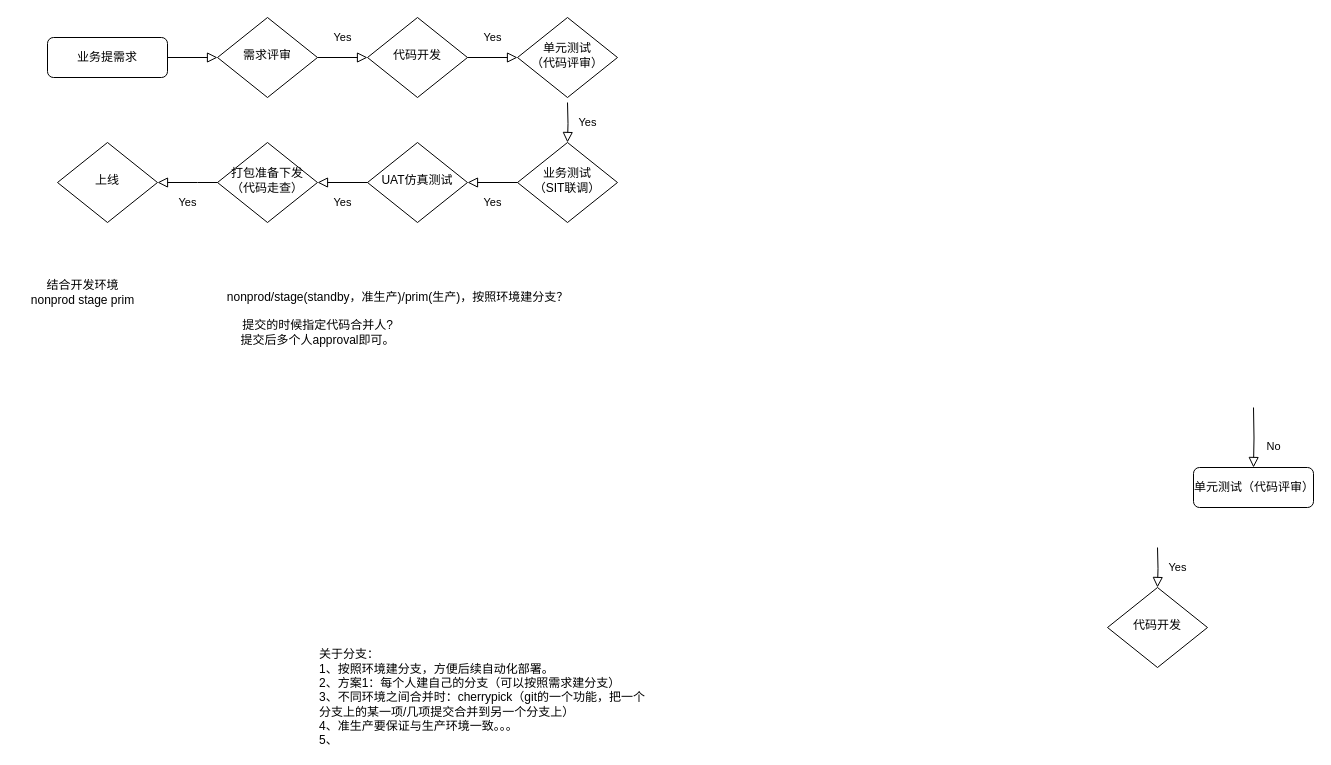
This is 代码上线流程/EMR实时代码上线流程.drawio from JonStarkdu/drawio, a draw.io file, before an edit. Source tidied: cells renumbered, new cells numbered last; positions are measured from the earlier drawing's top-left corner, leaving out a move shared by most shapes. Both pictures are drawn from the tidied source at 100%, with x=0, y=0 at pixel (17, 17).
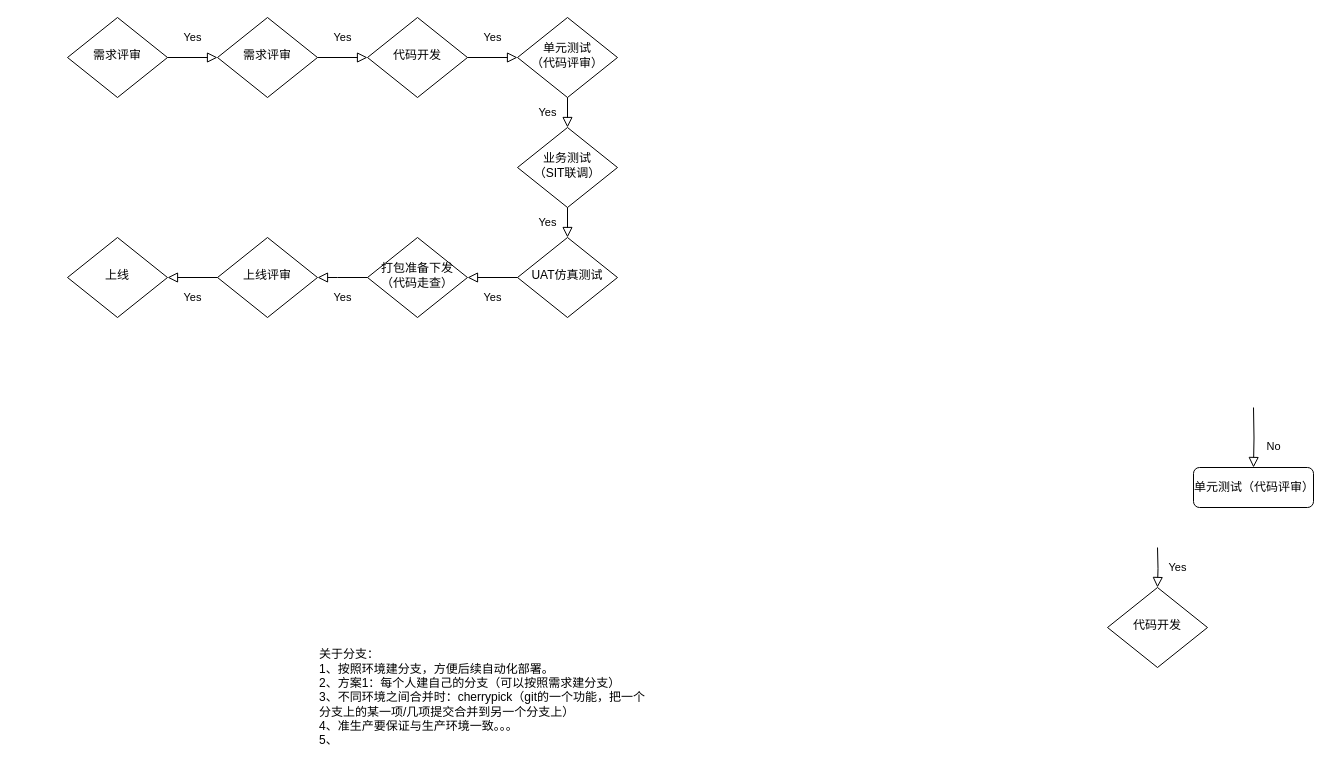
Above is the later version.

Commit message:
add flow 上线评审

Unchanged cells that the change refers to:
```xml
<mxCell id="5" value="需求评审" style="rhombus;whiteSpace=wrap;html=1;shadow=0;fontFamily=Helvetica;fontSize=12;align=center;strokeWidth=1;spacing=6;spacingTop=-4;" parent="1" vertex="1">
  <mxGeometry x="200" width="100" height="80" as="geometry" />
</mxCell>
<mxCell id="10" value="&amp;nbsp; &amp;nbsp; &amp;nbsp;单元测试&amp;nbsp; &amp;nbsp; &amp;nbsp; （代码评审）" style="rhombus;whiteSpace=wrap;html=1;shadow=0;fontFamily=Helvetica;fontSize=12;align=center;strokeWidth=1;spacing=6;spacingTop=-4;" parent="1" vertex="1">
  <mxGeometry x="500" width="100" height="80" as="geometry" />
</mxCell>
```

What changed in the source:
```diff
@@
-    <mxCell id="2" style="rounded=0;html=1;jettySize=auto;fontSize=11;endArrow=block;endFill=0;endSize=8;strokeWidth=1;shadow=0;labelBackgroundColor=none;edgeStyle=orthogonalEdgeStyle;" parent="1" edge="1" source="3" target="5">
-      <mxGeometry relative="1" as="geometry" />
-    </mxCell>
-    <mxCell id="3" value="业务提需求" style="rounded=1;whiteSpace=wrap;html=1;fontSize=12;glass=0;strokeWidth=1;shadow=0;" parent="1" vertex="1">
-      <mxGeometry x="30" y="20" width="120" height="40" as="geometry" />
-    </mxCell>
@@
-    <mxCell id="11" value="Yes" style="rounded=0;html=1;jettySize=auto;fontSize=11;endArrow=block;endFill=0;endSize=8;strokeWidth=1;shadow=0;labelBackgroundColor=none;edgeStyle=orthogonalEdgeStyle;" parent="1" edge="1" target="12">
-      <mxGeometry y="20" relative="1" as="geometry">
-        <mxPoint x="550" y="85" as="sourcePoint" />
-      </mxGeometry>
+    <mxCell id="11" value="Yes" style="rounded=0;html=1;jettySize=auto;fontSize=11;endArrow=block;endFill=0;endSize=8;strokeWidth=1;shadow=0;labelBackgroundColor=none;edgeStyle=orthogonalEdgeStyle;exitX=0.5;exitY=1;exitDx=0;exitDy=0;" parent="1" edge="1" source="10" target="12">
+      <mxGeometry y="20" relative="1" as="geometry" />
     </mxCell>
     <mxCell id="12" value="&amp;nbsp; &amp;nbsp;业务测试&amp;nbsp; &amp;nbsp; （SIT联调）" style="rhombus;whiteSpace=wrap;html=1;shadow=0;fontFamily=Helvetica;fontSize=12;align=center;strokeWidth=1;spacing=6;spacingTop=-4;" parent="1" vertex="1">
-      <mxGeometry x="500" y="125" width="100" height="80" as="geometry" />
+      <mxGeometry x="500" y="110" width="100" height="80" as="geometry" />
     </mxCell>
@@
-    <mxCell id="15" value="Yes" style="rounded=0;html=1;jettySize=auto;fontSize=11;endArrow=block;endFill=0;endSize=8;strokeWidth=1;shadow=0;labelBackgroundColor=none;edgeStyle=orthogonalEdgeStyle;exitX=0;exitY=0.5;exitDx=0;exitDy=0;" parent="1" edge="1" source="12" target="16">
+    <mxCell id="15" value="Yes" style="rounded=0;html=1;jettySize=auto;fontSize=11;endArrow=block;endFill=0;endSize=8;strokeWidth=1;shadow=0;labelBackgroundColor=none;edgeStyle=orthogonalEdgeStyle;exitX=0.5;exitY=1;exitDx=0;exitDy=0;" parent="1" edge="1" source="12" target="16">
       <mxGeometry y="20" relative="1" as="geometry" />
     </mxCell>
     <mxCell id="16" value="UAT仿真测试" style="rhombus;whiteSpace=wrap;html=1;shadow=0;fontFamily=Helvetica;fontSize=12;align=center;strokeWidth=1;spacing=6;spacingTop=-4;" parent="1" vertex="1">
-      <mxGeometry x="350" y="125" width="100" height="80" as="geometry" />
+      <mxGeometry x="500" y="220" width="100" height="80" as="geometry" />
     </mxCell>
@@
     <mxCell id="18" value="打包准备下发（代码走查）" style="rhombus;whiteSpace=wrap;html=1;shadow=0;fontFamily=Helvetica;fontSize=12;align=center;strokeWidth=1;spacing=6;spacingTop=-4;" parent="1" vertex="1">
-      <mxGeometry x="200" y="125" width="100" height="80" as="geometry" />
+      <mxGeometry x="350" y="220" width="100" height="80" as="geometry" />
     </mxCell>
-    <mxCell id="19" value="结合开发环境&lt;br&gt;nonprod stage prim" style="text;html=1;align=center;verticalAlign=middle;strokeColor=none;fillColor=none;" parent="1" vertex="1">
-      <mxGeometry y="255" width="130" height="40" as="geometry" />
-    </mxCell>
     <mxCell id="20" value="&lt;font color=&quot;#ff3333&quot;&gt;&lt;br&gt;&lt;/font&gt;" style="text;html=1;align=left;verticalAlign=middle;strokeColor=none;fillColor=none;" parent="1" vertex="1">
-      <mxGeometry x="110" y="313" width="20" height="30" as="geometry" />
+      <mxGeometry x="120" y="408" width="20" height="30" as="geometry" />
     </mxCell>
-    <mxCell id="21" value="nonprod/stage(standby，准生产)/prim(生产)，按照环境建分支？" style="text;html=1;align=center;verticalAlign=middle;strokeColor=none;fillColor=none;" parent="1" vertex="1">
-      <mxGeometry x="200" y="265" width="360" height="30" as="geometry" />
-    </mxCell>
@@
-    <mxCell id="23" value="提交的时候指定代码合并人?&lt;br&gt;提交后多个人approval即可。" style="text;html=1;align=center;verticalAlign=middle;strokeColor=none;fillColor=none;" parent="1" vertex="1">
-      <mxGeometry x="210" y="295" width="180" height="40" as="geometry" />
-    </mxCell>
-    <mxCell id="24" value="上线" style="rhombus;whiteSpace=wrap;html=1;shadow=0;fontFamily=Helvetica;fontSize=12;align=center;strokeWidth=1;spacing=6;spacingTop=-4;" parent="1" vertex="1">
-      <mxGeometry x="40" y="125" width="100" height="80" as="geometry" />
+    <mxCell id="24" value="上线评审" style="rhombus;whiteSpace=wrap;html=1;shadow=0;fontFamily=Helvetica;fontSize=12;align=center;strokeWidth=1;spacing=6;spacingTop=-4;" parent="1" vertex="1">
+      <mxGeometry x="200" y="220" width="100" height="80" as="geometry" />
     </mxCell>
     <mxCell id="25" value="Yes" style="rounded=0;html=1;jettySize=auto;fontSize=11;endArrow=block;endFill=0;endSize=8;strokeWidth=1;shadow=0;labelBackgroundColor=none;edgeStyle=orthogonalEdgeStyle;exitX=0;exitY=0.5;exitDx=0;exitDy=0;entryX=1;entryY=0.5;entryDx=0;entryDy=0;" parent="1" edge="1" source="18" target="24">
       <mxGeometry y="20" relative="1" as="geometry">
         <Array as="points">
-          <mxPoint x="180" y="165" />
-          <mxPoint x="180" y="165" />
+          <mxPoint x="320" y="260" />
+          <mxPoint x="320" y="260" />
         </Array>
       </mxGeometry>
     </mxCell>
+    <mxCell id="26" value="上线" style="rhombus;whiteSpace=wrap;html=1;shadow=0;fontFamily=Helvetica;fontSize=12;align=center;strokeWidth=1;spacing=6;spacingTop=-4;" parent="1" vertex="1">
+      <mxGeometry x="50" y="220" width="100" height="80" as="geometry" />
+    </mxCell>
+    <mxCell id="27" value="需求评审" style="rhombus;whiteSpace=wrap;html=1;shadow=0;fontFamily=Helvetica;fontSize=12;align=center;strokeWidth=1;spacing=6;spacingTop=-4;" parent="1" vertex="1">
+      <mxGeometry x="50" width="100" height="80" as="geometry" />
+    </mxCell>
+    <mxCell id="28" value="Yes" style="rounded=0;html=1;jettySize=auto;fontSize=11;endArrow=block;endFill=0;endSize=8;strokeWidth=1;shadow=0;labelBackgroundColor=none;edgeStyle=orthogonalEdgeStyle;" parent="1" edge="1" source="24" target="26">
+      <mxGeometry y="20" relative="1" as="geometry" />
+    </mxCell>
+    <mxCell id="29" value="Yes" style="rounded=0;html=1;jettySize=auto;fontSize=11;endArrow=block;endFill=0;endSize=8;strokeWidth=1;shadow=0;labelBackgroundColor=none;edgeStyle=orthogonalEdgeStyle;entryX=0;entryY=0.5;entryDx=0;entryDy=0;exitX=1;exitY=0.5;exitDx=0;exitDy=0;" parent="1" edge="1" source="27" target="5">
+      <mxGeometry y="20" relative="1" as="geometry" />
+    </mxCell>
```
